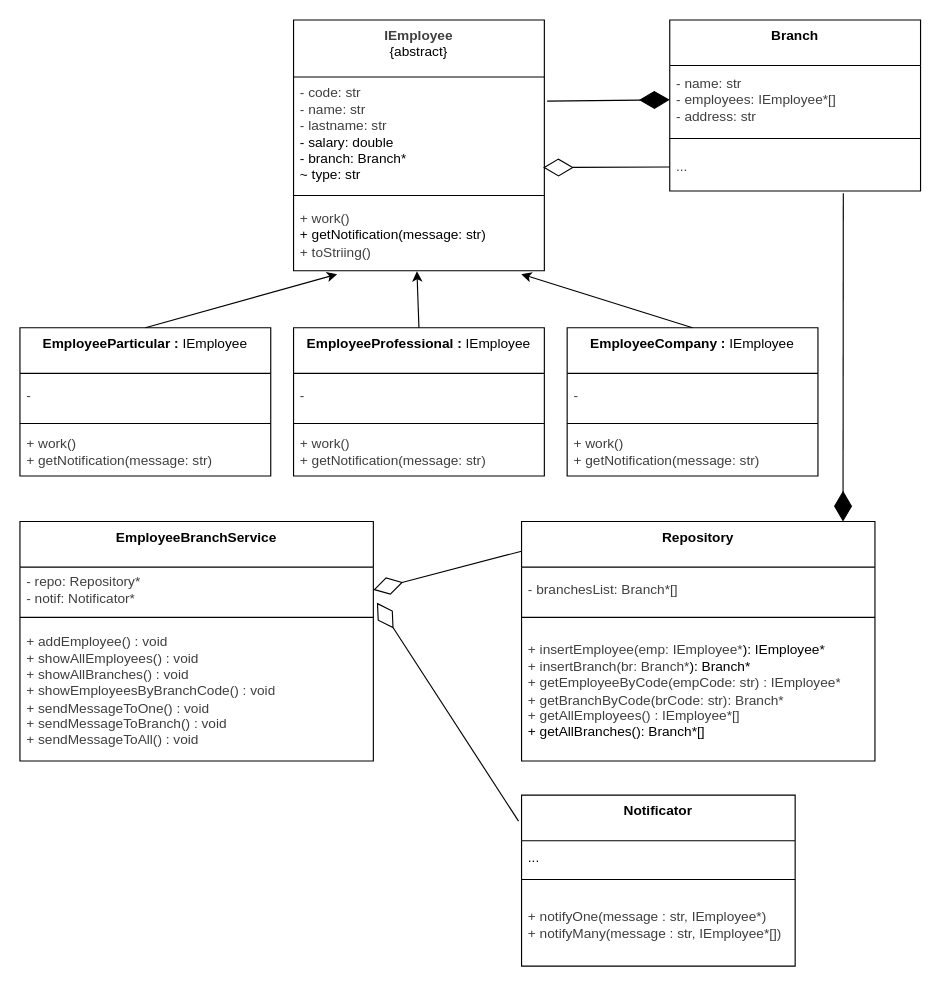
Above: Final-AGO25/Simulacion_1/app/_resources/UML/app_v1_simplified.drawio in Br1-O/AyED1 (draw.io), before the change. Source tidied: cells renumbered, new cells numbered last; positions are measured from the earlier drawing's top-left corner, leaving out a move shared by most shapes. Both pictures are drawn from the tidied source at 114%, with x=0, y=0 at pixel (19, 19).
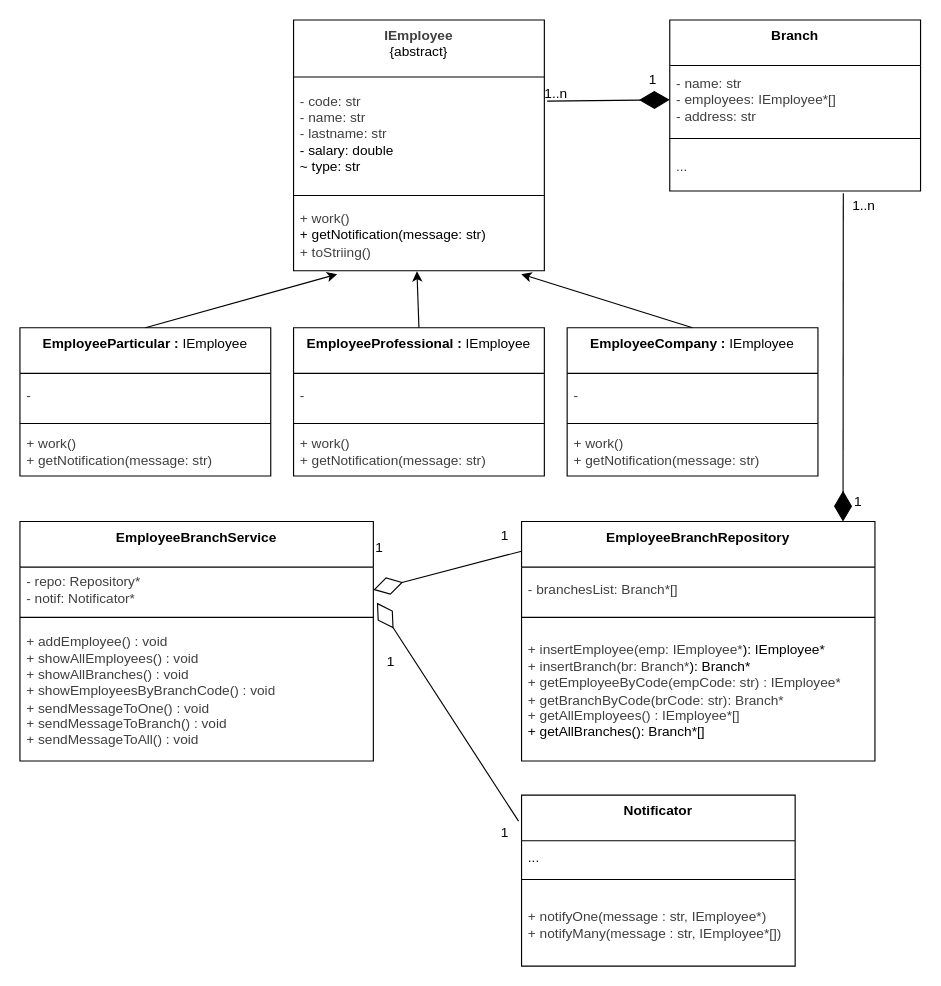
The same page after the edit.

Unchanged cells that the change refers to:
```xml
<mxCell id="10" value="&lt;span style=&quot;color: rgb(63, 63, 63);&quot;&gt;&lt;b&gt;IEmployee&lt;/b&gt;&lt;/span&gt;&lt;div&gt;&lt;span style=&quot;color: rgb(0, 0, 0);&quot;&gt;{abstract}&lt;/span&gt;&lt;/div&gt;" style="swimlane;fontStyle=0;align=center;verticalAlign=top;horizontal=1;startSize=50;html=1;whiteSpace=wrap;" parent="1" vertex="1">
  <mxGeometry x="240" width="220" height="220" as="geometry" />
</mxCell>
<mxCell id="28" value="&lt;span style=&quot;color: rgb(63, 63, 63); text-align: center;&quot;&gt;...&lt;/span&gt;" style="text;html=1;strokeColor=none;fillColor=none;align=left;verticalAlign=middle;spacingLeft=4;spacingRight=4;overflow=hidden;points=[[0,0.5],[1,0.5]];portConstraint=eastwest;whiteSpace=wrap;" parent="25" vertex="1">
  <mxGeometry y="108" width="220" height="42" as="geometry" />
</mxCell>
```

What changed in the source:
```diff
@@
-    <mxCell id="2" value="&lt;span style=&quot;color: rgb(0, 0, 0);&quot;&gt;&lt;b&gt;Repository&lt;/b&gt;&lt;/span&gt;" style="swimlane;fontStyle=0;align=center;verticalAlign=top;horizontal=1;startSize=40;html=1;whiteSpace=wrap;" parent="1" vertex="1">
+    <mxCell id="2" value="&lt;span style=&quot;color: rgb(0, 0, 0);&quot;&gt;&lt;b&gt;EmployeeBranchRepository&lt;/b&gt;&lt;/span&gt;" style="swimlane;fontStyle=0;align=center;verticalAlign=top;horizontal=1;startSize=40;html=1;whiteSpace=wrap;" parent="1" vertex="1">
       <mxGeometry x="440" y="440" width="310" height="210" as="geometry" />
     </mxCell>
@@
-    <mxCell id="11" value="&lt;div&gt;&lt;span style=&quot;color: rgb(63, 63, 63); text-align: center;&quot;&gt;- code: str&lt;/span&gt;&lt;/div&gt;&lt;span style=&quot;color: rgb(63, 63, 63); text-align: center;&quot;&gt;- name: str&lt;/span&gt;&lt;br style=&quot;color: rgb(63, 63, 63); text-align: center;&quot;&gt;&lt;span style=&quot;color: rgb(63, 63, 63); text-align: center;&quot;&gt;- lastname: str&lt;/span&gt;&lt;div&gt;&lt;span style=&quot;background-color: transparent; text-align: center;&quot;&gt;- salary: double&lt;/span&gt;&lt;div&gt;&lt;span style=&quot;text-align: center; background-color: transparent;&quot;&gt;- branch: Branch*&lt;/span&gt;&lt;/div&gt;&lt;/div&gt;&lt;div&gt;&lt;span style=&quot;text-align: center; background-color: transparent;&quot;&gt;~ type: str&lt;/span&gt;&lt;/div&gt;" style="text;html=1;strokeColor=none;fillColor=none;align=left;verticalAlign=middle;spacingLeft=4;spacingRight=4;overflow=hidden;points=[[0,0.5],[1,0.5]];portConstraint=eastwest;whiteSpace=wrap;" parent="10" vertex="1">
+    <mxCell id="11" value="&lt;div&gt;&lt;span style=&quot;color: rgb(63, 63, 63); text-align: center;&quot;&gt;- code: str&lt;/span&gt;&lt;/div&gt;&lt;span style=&quot;color: rgb(63, 63, 63); text-align: center;&quot;&gt;- name: str&lt;/span&gt;&lt;br style=&quot;color: rgb(63, 63, 63); text-align: center;&quot;&gt;&lt;span style=&quot;color: rgb(63, 63, 63); text-align: center;&quot;&gt;- lastname: str&lt;/span&gt;&lt;div&gt;&lt;span style=&quot;background-color: transparent; text-align: center;&quot;&gt;- salary: double&lt;/span&gt;&lt;div&gt;&lt;span style=&quot;background-color: transparent; text-align: center;&quot;&gt;~ type: str&lt;/span&gt;&lt;/div&gt;&lt;/div&gt;" style="text;html=1;strokeColor=none;fillColor=none;align=left;verticalAlign=middle;spacingLeft=4;spacingRight=4;overflow=hidden;points=[[0,0.5],[1,0.5]];portConstraint=eastwest;whiteSpace=wrap;" parent="10" vertex="1">
       <mxGeometry y="50" width="220" height="100" as="geometry" />
     </mxCell>
@@
-    <mxCell id="29" style="endArrow=diamondThin;endFill=0;endSize=24;html=1;entryX=0.995;entryY=0.795;entryDx=0;entryDy=0;entryPerimeter=0;exitX=0;exitY=0.5;exitDx=0;exitDy=0;" parent="1" edge="1" source="28" target="11">
-      <mxGeometry relative="1" as="geometry" />
-    </mxCell>
@@
+    <mxCell id="42" value="1&lt;div&gt;&lt;br&gt;&lt;/div&gt;" style="text;html=1;align=center;verticalAlign=middle;strokeColor=none;fillColor=none;" parent="1" vertex="1">
+      <mxGeometry x="540" y="40" width="30" height="40" as="geometry" />
+    </mxCell>
+    <mxCell id="43" value="1..n" style="text;html=1;align=center;verticalAlign=middle;strokeColor=none;fillColor=none;" parent="1" vertex="1">
+      <mxGeometry x="450" y="50" width="40" height="30" as="geometry" />
+    </mxCell>
+    <mxCell id="44" value="1&lt;div&gt;&lt;br&gt;&lt;/div&gt;" style="text;html=1;align=center;verticalAlign=middle;strokeColor=none;fillColor=none;" parent="1" vertex="1">
+      <mxGeometry x="720" y="410" width="30" height="40" as="geometry" />
+    </mxCell>
+    <mxCell id="45" value="1..n&lt;div&gt;&lt;br&gt;&lt;/div&gt;" style="text;html=1;align=center;verticalAlign=middle;strokeColor=none;fillColor=none;" parent="1" vertex="1">
+      <mxGeometry x="720" y="150" width="40" height="40" as="geometry" />
+    </mxCell>
+    <mxCell id="46" value="1&lt;div&gt;&lt;br&gt;&lt;/div&gt;" style="text;html=1;align=center;verticalAlign=middle;strokeColor=none;fillColor=none;" parent="1" vertex="1">
+      <mxGeometry x="300" y="450" width="30" height="40" as="geometry" />
+    </mxCell>
+    <mxCell id="47" value="1&lt;div&gt;&lt;br&gt;&lt;/div&gt;" style="text;html=1;align=center;verticalAlign=middle;strokeColor=none;fillColor=none;" parent="1" vertex="1">
+      <mxGeometry x="410" y="440" width="30" height="40" as="geometry" />
+    </mxCell>
+    <mxCell id="48" value="1&lt;div&gt;&lt;br&gt;&lt;/div&gt;" style="text;html=1;align=center;verticalAlign=middle;strokeColor=none;fillColor=none;" parent="1" vertex="1">
+      <mxGeometry x="310" y="550" width="30" height="40" as="geometry" />
+    </mxCell>
+    <mxCell id="49" value="1&lt;div&gt;&lt;br&gt;&lt;/div&gt;" style="text;html=1;align=center;verticalAlign=middle;strokeColor=none;fillColor=none;" parent="1" vertex="1">
+      <mxGeometry x="410" y="700" width="30" height="40" as="geometry" />
+    </mxCell>
```
